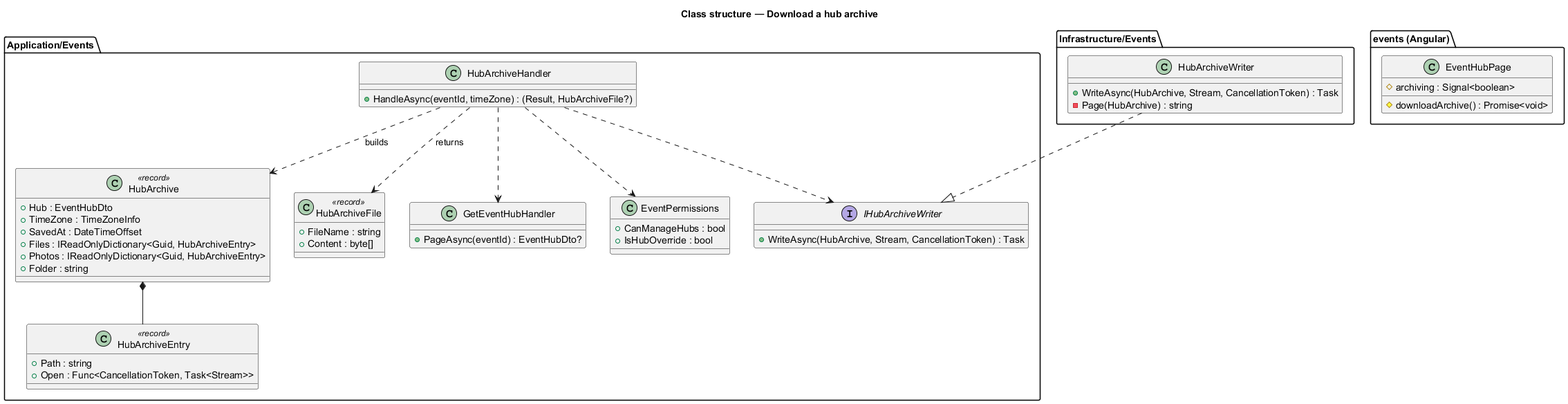
QuinntyneBrown/faithtech-community keeps this PlantUML diagram as docs/detailed-designs/events/download-hub-archive/diagrams/class-structure.png. Above is the earlier version.
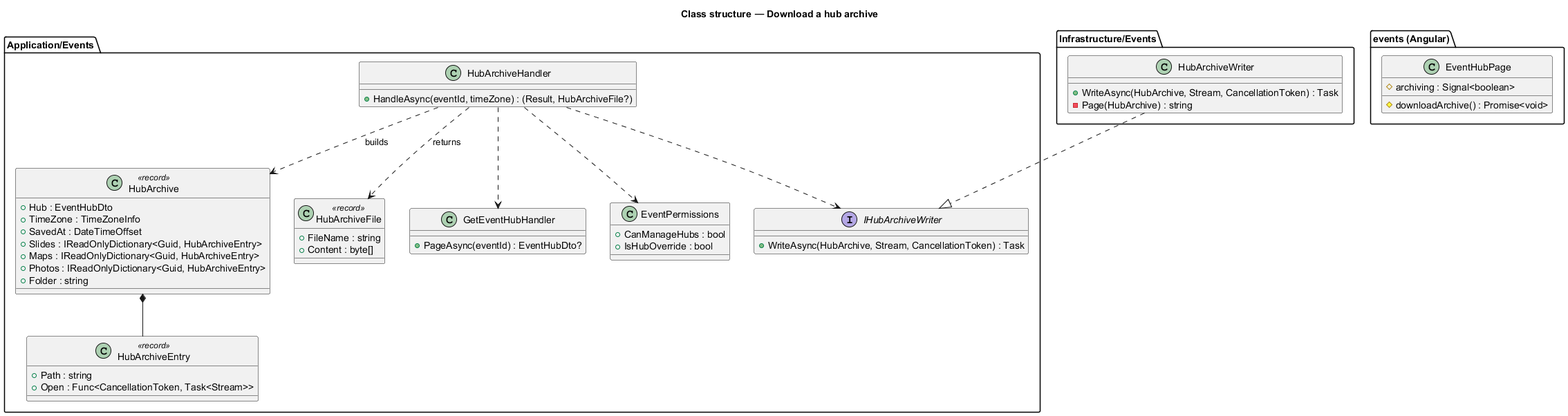
After the change.

Change to the diagram source:
```diff
@@ -8,7 +8,8 @@
     +Hub : EventHubDto
     +TimeZone : TimeZoneInfo
     +SavedAt : DateTimeOffset
-    +Files : IReadOnlyDictionary<Guid, HubArchiveEntry>
+    +Slides : IReadOnlyDictionary<Guid, HubArchiveEntry>
+    +Maps : IReadOnlyDictionary<Guid, HubArchiveEntry>
     +Photos : IReadOnlyDictionary<Guid, HubArchiveEntry>
     +Folder : string
   }
```
